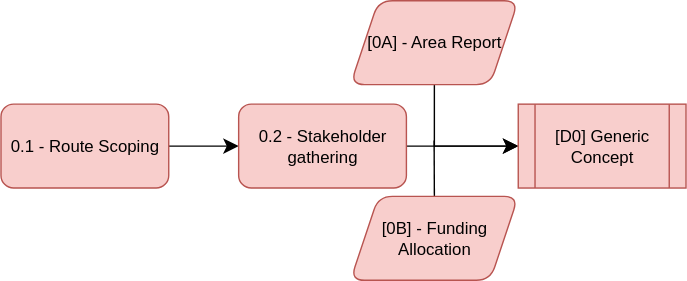
Earlier version of the draw.io export public/diagrams/step-0.svg (TortoiseFather/sacred-site). Source tidied: cells renumbered, new cells last; positions are measured from the earlier drawing's top-left corner, leaving out a move shared by most shapes.
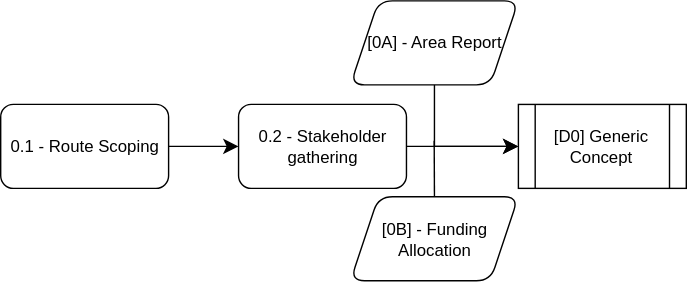
The same diagram one commit later.

Change to the diagram source:
```diff
@@ -5,13 +5,13 @@
     <mxCell id="2" style="edgeStyle=none;curved=1;rounded=0;jettySize=auto;html=1;fontSize=12;startSize=8;endSize=8;" parent="1" edge="1" source="3" target="5">
       <mxGeometry relative="1" as="geometry" />
     </mxCell>
-    <mxCell id="3" value="0.1 - Route Scoping" style="rounded=1;whiteSpace=wrap;html=1;fillColor=#f8cecc;strokeColor=#b85450;" parent="1" vertex="1">
+    <mxCell id="3" value="0.1 - Route Scoping" style="rounded=1;whiteSpace=wrap;html=1;" parent="1" vertex="1">
       <mxGeometry y="74" width="120" height="60" as="geometry" />
     </mxCell>
     <mxCell id="4" style="edgeStyle=none;curved=1;rounded=0;jettySize=auto;html=1;fontSize=12;startSize=8;endSize=8;" parent="1" edge="1" source="5" target="10">
       <mxGeometry relative="1" as="geometry" />
     </mxCell>
-    <mxCell id="5" value="0.2 - Stakeholder gathering" style="rounded=1;whiteSpace=wrap;html=1;fillColor=#f8cecc;strokeColor=#b85450;" parent="1" vertex="1">
+    <mxCell id="5" value="0.2 - Stakeholder gathering" style="rounded=1;whiteSpace=wrap;html=1;" parent="1" vertex="1">
       <mxGeometry x="170" y="74" width="120" height="60" as="geometry" />
     </mxCell>
     <mxCell id="6" style="edgeStyle=none;curved=0;rounded=0;jettySize=auto;html=1;entryX=0;entryY=0.5;entryDx=0;entryDy=0;fontSize=12;startSize=8;endSize=8;" parent="1" edge="1" source="7" target="10">
@@ -21,7 +21,7 @@
         </Array>
       </mxGeometry>
     </mxCell>
-    <mxCell id="7" value="[0A] - Area Report" style="shape=parallelogram;perimeter=parallelogramPerimeter;whiteSpace=wrap;html=1;fixedSize=1;size=20.000000000000114;rounded=1;fillColor=#f8cecc;strokeColor=#b85450;" parent="1" vertex="1">
+    <mxCell id="7" value="[0A] - Area Report" style="shape=parallelogram;perimeter=parallelogramPerimeter;whiteSpace=wrap;html=1;fixedSize=1;size=20.000000000000114;rounded=1;" parent="1" vertex="1">
       <mxGeometry x="250" width="120" height="60" as="geometry" />
     </mxCell>
     <mxCell id="8" style="edgeStyle=none;curved=1;rounded=0;jettySize=auto;html=1;exitX=0.5;exitY=0;exitDx=0;exitDy=0;fontSize=12;startSize=8;endSize=8;endArrow=none;endFill=0;" parent="1" edge="1" source="9">
@@ -29,10 +29,10 @@
         <mxPoint x="309.8" y="100" as="targetPoint" />
       </mxGeometry>
     </mxCell>
-    <mxCell id="9" value="[0B] - Funding Allocation" style="shape=parallelogram;perimeter=parallelogramPerimeter;whiteSpace=wrap;html=1;fixedSize=1;size=20.000000000000114;rounded=1;fillColor=#f8cecc;strokeColor=#b85450;" parent="1" vertex="1">
+    <mxCell id="9" value="[0B] - Funding Allocation" style="shape=parallelogram;perimeter=parallelogramPerimeter;whiteSpace=wrap;html=1;fixedSize=1;size=20.000000000000114;rounded=1;" parent="1" vertex="1">
       <mxGeometry x="250" y="140" width="120" height="60" as="geometry" />
     </mxCell>
-    <mxCell id="10" value="[D0] Generic Concept" style="shape=process;whiteSpace=wrap;html=1;backgroundOutline=1;fillColor=#f8cecc;strokeColor=#b85450;" parent="1" vertex="1">
+    <mxCell id="10" value="[D0] Generic Concept" style="shape=process;whiteSpace=wrap;html=1;backgroundOutline=1;" parent="1" vertex="1">
       <mxGeometry x="370" y="74" width="120" height="60" as="geometry" />
     </mxCell>
   </root>
```
